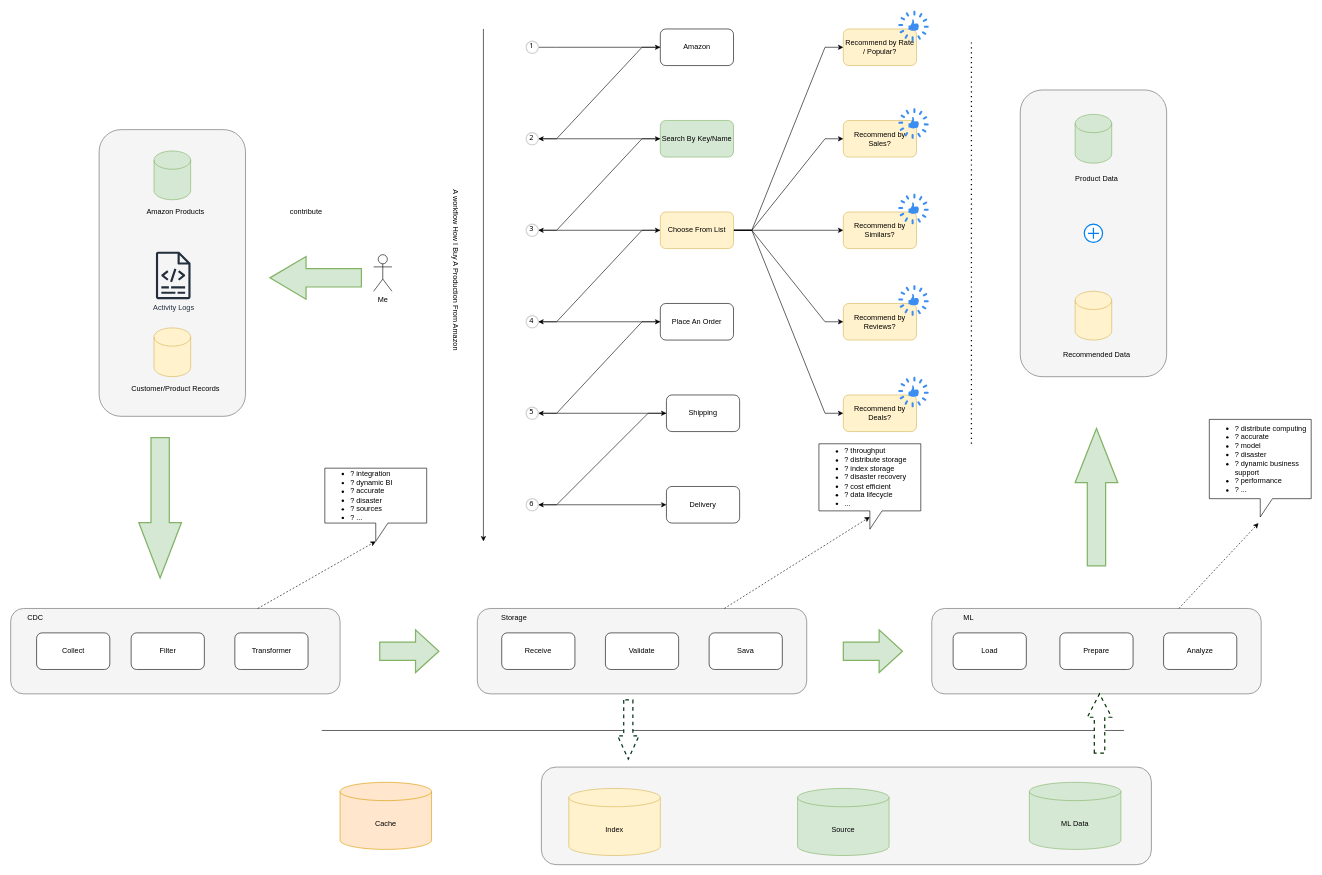
Before: Recommend_use_cases.drawio in jiangtao7/draw.io, a draw.io diagram. Source tidied: cells renumbered, new cells numbered last; positions are measured from the earlier drawing's top-left corner, leaving out a move shared by most shapes. Both pictures are drawn from the tidied source at 61%, with x=0, y=0 at pixel (10, 10).
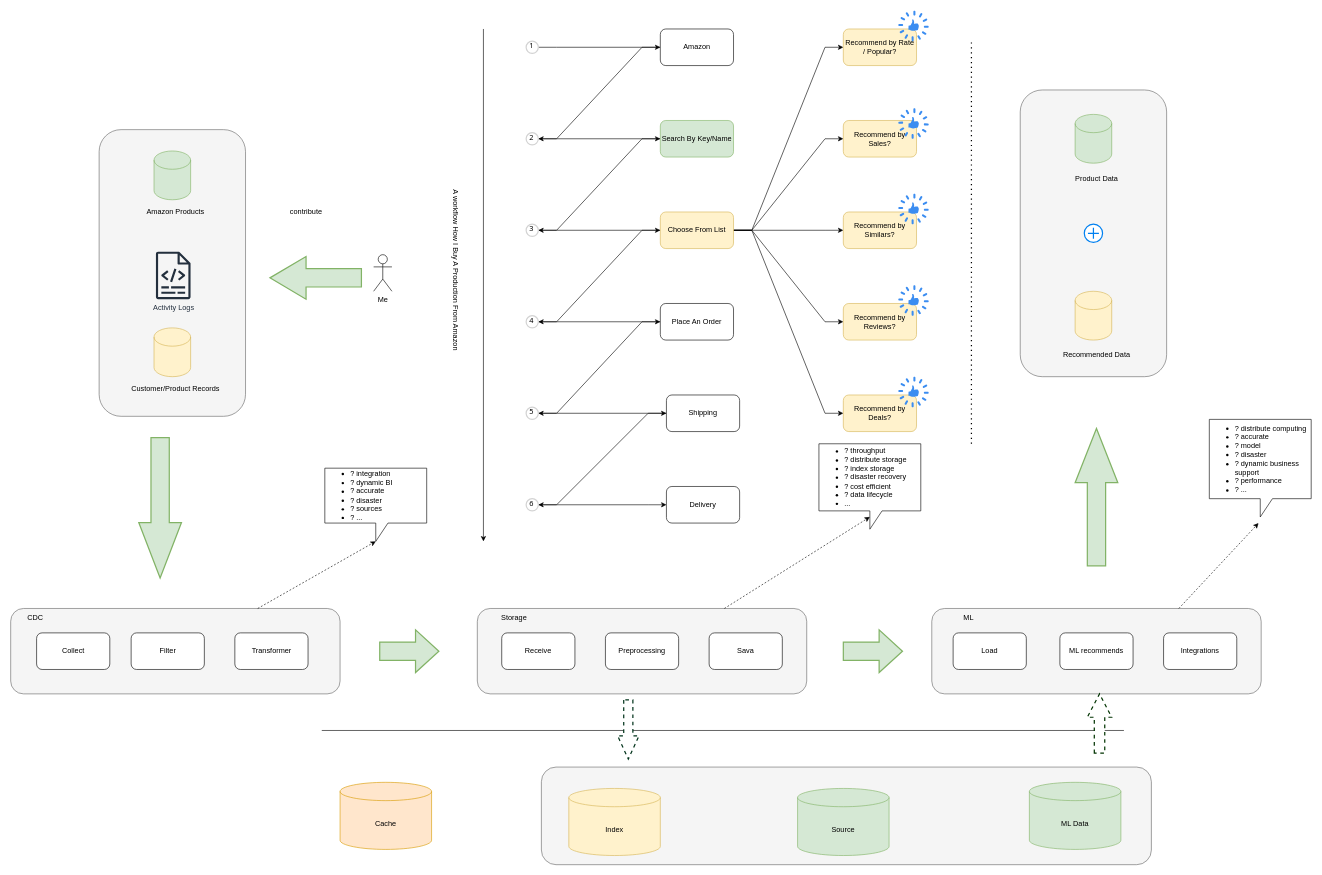
The same page after the edit.

What changed in the source:
```diff
@@
-    <mxCell id="64" value="Validate" style="rounded=1;whiteSpace=wrap;html=1;" parent="1" vertex="1">
+    <mxCell id="64" value="Preprocessing" style="rounded=1;whiteSpace=wrap;html=1;" parent="1" vertex="1">
       <mxGeometry x="975" y="1020" width="120" height="60" as="geometry" />
     </mxCell>
@@
-    <mxCell id="67" value="Prepare" style="rounded=1;whiteSpace=wrap;html=1;" parent="1" vertex="1">
+    <mxCell id="67" value="ML recommends" style="rounded=1;whiteSpace=wrap;html=1;" parent="1" vertex="1">
       <mxGeometry x="1720" y="1020" width="120" height="60" as="geometry" />
     </mxCell>
-    <mxCell id="68" value="Analyze" style="rounded=1;whiteSpace=wrap;html=1;" parent="1" vertex="1">
+    <mxCell id="68" value="Integrations" style="rounded=1;whiteSpace=wrap;html=1;" parent="1" vertex="1">
       <mxGeometry x="1890" y="1020" width="120" height="60" as="geometry" />
     </mxCell>
```
